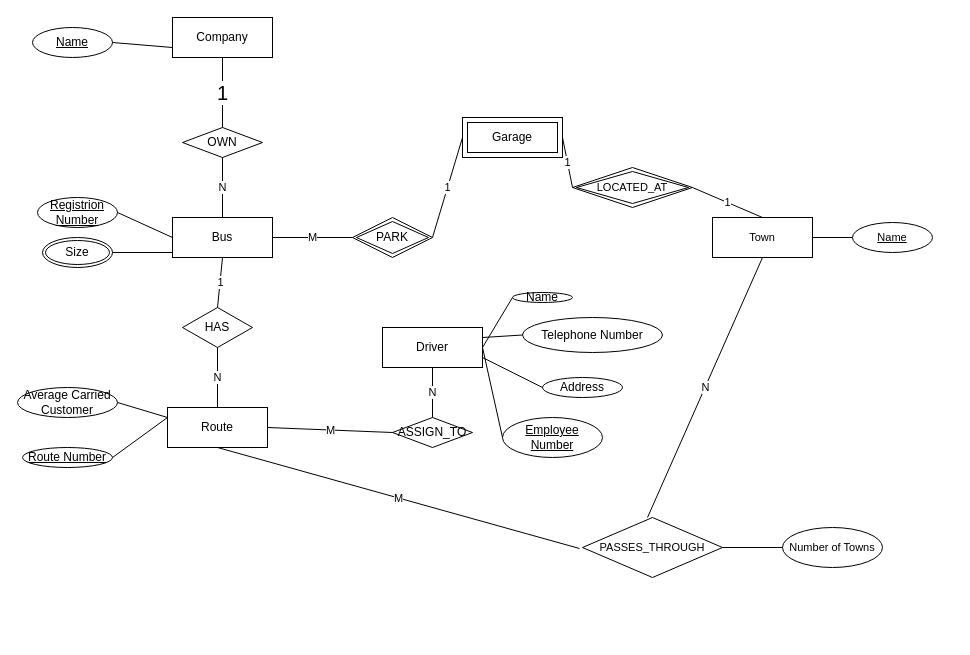
Earlier version of the draw.io diagram Lab_2.drawio (saiaungkyawmaw/ER-diagram_DatabaseClass). Source tidied: cells renumbered, new cells numbered last; positions are measured from the earlier drawing's top-left corner, leaving out a move shared by most shapes. Both pictures are drawn from the tidied source at 100%, with x=0, y=0 at pixel (17, 17).
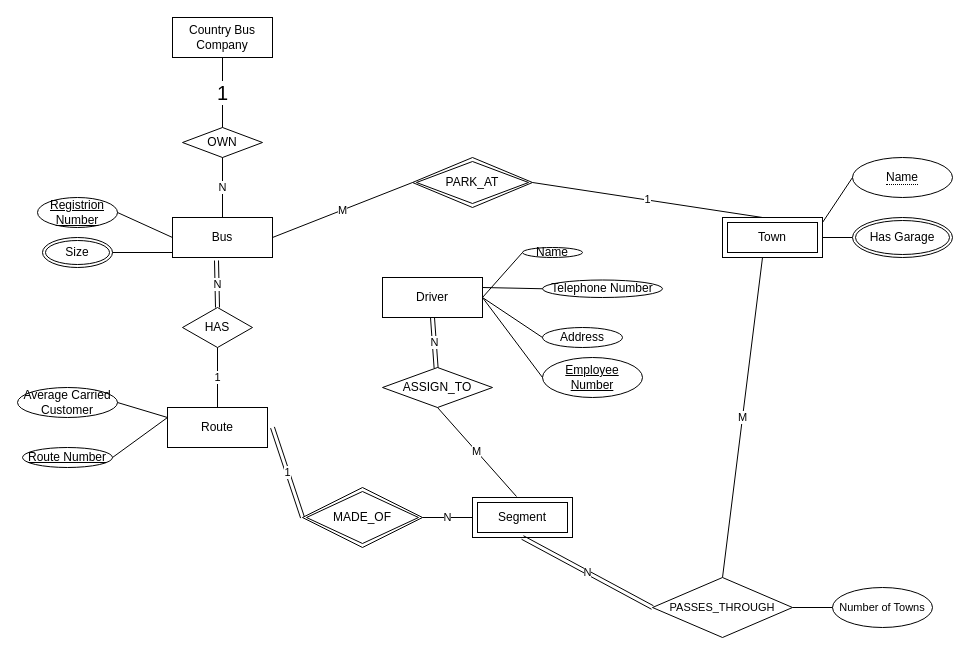
The same page after the edit.

The change refers to these unchanged cells:
```xml
<mxCell id="3" value="Bus" style="whiteSpace=wrap;html=1;align=center;" parent="1" vertex="1">
  <mxGeometry x="155" y="200" width="100" height="40" as="geometry" />
</mxCell>
<mxCell id="5" value="Route" style="whiteSpace=wrap;html=1;align=center;" parent="1" vertex="1">
  <mxGeometry x="150" y="390" width="100" height="40" as="geometry" />
</mxCell>
<mxCell id="17" value="HAS" style="shape=rhombus;perimeter=rhombusPerimeter;whiteSpace=wrap;html=1;align=center;" parent="1" vertex="1">
  <mxGeometry x="165" y="290" width="70" height="40" as="geometry" />
</mxCell>
```

Diff of the diagram source:
```diff
@@
-    <mxCell id="2" value="Company" style="whiteSpace=wrap;html=1;align=center;" parent="1" vertex="1">
+    <mxCell id="2" value="Country Bus Company" style="whiteSpace=wrap;html=1;align=center;" parent="1" vertex="1">
       <mxGeometry x="155" width="100" height="40" as="geometry" />
     </mxCell>
@@
     <mxCell id="4" value="Driver" style="whiteSpace=wrap;html=1;align=center;" parent="1" vertex="1">
-      <mxGeometry x="365" y="310" width="100" height="40" as="geometry" />
+      <mxGeometry x="365" y="260" width="100" height="40" as="geometry" />
     </mxCell>
@@
     <mxCell id="9" value="Employee Number" style="ellipse;whiteSpace=wrap;html=1;align=center;fontStyle=4;" parent="1" vertex="1">
-      <mxGeometry x="485" y="400" width="100" height="40" as="geometry" />
+      <mxGeometry x="525" y="340" width="100" height="40" as="geometry" />
     </mxCell>
     <mxCell id="10" value="Name" style="ellipse;whiteSpace=wrap;html=1;align=center;" parent="1" vertex="1">
-      <mxGeometry x="495" y="275" width="60" height="10" as="geometry" />
+      <mxGeometry x="505" y="230" width="60" height="10" as="geometry" />
     </mxCell>
     <mxCell id="11" value="Address" style="ellipse;whiteSpace=wrap;html=1;align=center;" parent="1" vertex="1">
-      <mxGeometry x="525" y="360" width="80" height="20" as="geometry" />
+      <mxGeometry x="525" y="310" width="80" height="20" as="geometry" />
     </mxCell>
     <mxCell id="12" value="Telephone Number" style="ellipse;whiteSpace=wrap;html=1;align=center;" parent="1" vertex="1">
-      <mxGeometry x="505" y="300" width="140" height="35" as="geometry" />
+      <mxGeometry x="525" y="262.5" width="120" height="17.5" as="geometry" />
     </mxCell>
-    <mxCell id="13" value="Garage" style="shape=ext;margin=3;double=1;whiteSpace=wrap;html=1;align=center;" parent="1" vertex="1">
-      <mxGeometry x="445" y="100" width="100" height="40" as="geometry" />
-    </mxCell>
-    <mxCell id="14" value="Name" style="ellipse;whiteSpace=wrap;html=1;align=center;fontStyle=4;" parent="1" vertex="1">
-      <mxGeometry x="15" y="10" width="80" height="30" as="geometry" />
-    </mxCell>
@@
-    <mxCell id="18" value="PARK" style="shape=rhombus;double=1;perimeter=rhombusPerimeter;whiteSpace=wrap;html=1;align=center;" parent="1" vertex="1">
-      <mxGeometry x="335" y="200" width="80" height="40" as="geometry" />
+    <mxCell id="18" value="PARK_AT" style="shape=rhombus;double=1;perimeter=rhombusPerimeter;whiteSpace=wrap;html=1;align=center;" parent="1" vertex="1">
+      <mxGeometry x="395" y="140" width="120" height="50" as="geometry" />
     </mxCell>
-    <mxCell id="19" value="ASSIGN_TO" style="shape=rhombus;perimeter=rhombusPerimeter;whiteSpace=wrap;html=1;align=center;" parent="1" vertex="1">
-      <mxGeometry x="375" y="400" width="80" height="30" as="geometry" />
-    </mxCell>
@@
-    <mxCell id="21" value="1" style="endArrow=none;html=1;rounded=0;entryX=0.5;entryY=0;entryDx=0;entryDy=0;exitX=0.5;exitY=1;exitDx=0;exitDy=0;" parent="1" edge="1" source="3" target="17">
-      <mxGeometry relative="1" as="geometry" />
-    </mxCell>
-    <mxCell id="22" value="N" style="endArrow=none;html=1;rounded=0;exitX=0.5;exitY=1;exitDx=0;exitDy=0;entryX=0.5;entryY=0;entryDx=0;entryDy=0;" parent="1" edge="1" source="17" target="5">
+    <mxCell id="22" value="1" style="endArrow=none;html=1;rounded=0;exitX=0.5;exitY=1;exitDx=0;exitDy=0;entryX=0.5;entryY=0;entryDx=0;entryDy=0;" parent="1" edge="1" source="17" target="5">
       <mxGeometry relative="1" as="geometry" />
     </mxCell>
-    <mxCell id="23" value="M" style="endArrow=none;html=1;rounded=0;exitX=0.5;exitY=1;exitDx=0;exitDy=0;entryX=0.047;entryY=0.517;entryDx=0;entryDy=0;entryPerimeter=0;" parent="1" edge="1" source="5">
-      <mxGeometry relative="1" as="geometry">
-        <mxPoint x="562" y="531" as="targetPoint" />
-      </mxGeometry>
-    </mxCell>
-    <mxCell id="24" value="N" style="endArrow=none;html=1;rounded=0;exitX=0.5;exitY=1;exitDx=0;exitDy=0;entryX=0.5;entryY=0;entryDx=0;entryDy=0;" parent="1" edge="1" source="41">
+    <mxCell id="24" value="M" style="endArrow=none;html=1;rounded=0;exitX=0.5;exitY=1;exitDx=0;exitDy=0;entryX=0.5;entryY=1;entryDx=0;entryDy=0;" parent="1" edge="1" target="45">
       <mxGeometry relative="1" as="geometry">
-        <mxPoint x="630" y="500" as="targetPoint" />
+        <mxPoint x="745" y="240" as="sourcePoint" />
       </mxGeometry>
     </mxCell>
@@
-    <mxCell id="27" value="1" style="endArrow=none;html=1;rounded=0;exitX=1;exitY=0.5;exitDx=0;exitDy=0;entryX=0;entryY=0.5;entryDx=0;entryDy=0;" parent="1" edge="1" source="18" target="13">
-      <mxGeometry relative="1" as="geometry" />
-    </mxCell>
@@
-    <mxCell id="32" value="N" style="endArrow=none;html=1;rounded=0;exitX=0.5;exitY=1;exitDx=0;exitDy=0;entryX=0.5;entryY=0;entryDx=0;entryDy=0;" parent="1" edge="1" source="4" target="19">
-      <mxGeometry relative="1" as="geometry" />
-    </mxCell>
-    <mxCell id="33" value="M" style="endArrow=none;html=1;rounded=0;exitX=1;exitY=0.5;exitDx=0;exitDy=0;entryX=0;entryY=0.5;entryDx=0;entryDy=0;" parent="1" edge="1" source="5" target="19">
-      <mxGeometry relative="1" as="geometry" />
-    </mxCell>
@@
     <mxCell id="36" style="endArrow=none;html=1;rounded=0;entryX=0;entryY=0.5;entryDx=0;entryDy=0;" parent="1" edge="1" target="11">
       <mxGeometry relative="1" as="geometry">
-        <mxPoint x="465" y="340" as="sourcePoint" />
+        <mxPoint x="465" y="280" as="sourcePoint" />
       </mxGeometry>
     </mxCell>
@@
-    <mxCell id="38" style="endArrow=none;html=1;rounded=0;strokeWidth=1;fontSize=20;exitX=1;exitY=0.5;exitDx=0;exitDy=0;entryX=0;entryY=0.75;entryDx=0;entryDy=0;" parent="1" edge="1" source="14" target="2">
-      <mxGeometry relative="1" as="geometry" />
-    </mxCell>
     <mxCell id="39" value="Number of Towns" style="ellipse;whiteSpace=wrap;html=1;align=center;fontSize=11;fontStyle=0;strokeColor=default;" parent="1" vertex="1">
-      <mxGeometry x="765" y="510" width="100" height="40" as="geometry" />
+      <mxGeometry x="815" y="570" width="100" height="40" as="geometry" />
     </mxCell>
-    <mxCell id="40" style="endArrow=none;html=1;rounded=0;strokeWidth=1;fontSize=11;entryX=0;entryY=0.5;entryDx=0;entryDy=0;exitX=1;exitY=0.5;exitDx=0;exitDy=0;" parent="1" edge="1" target="39">
-      <mxGeometry relative="1" as="geometry">
-        <mxPoint x="705" y="530" as="sourcePoint" />
-      </mxGeometry>
+    <mxCell id="40" style="endArrow=none;html=1;rounded=0;strokeWidth=1;fontSize=11;entryX=0;entryY=0.5;entryDx=0;entryDy=0;exitX=0;exitY=0.5;exitDx=0;exitDy=0;" parent="1" edge="1" source="45" target="39">
+      <mxGeometry relative="1" as="geometry" />
     </mxCell>
+    <mxCell id="42" value="1" style="endArrow=none;html=1;rounded=0;strokeWidth=1;fontSize=11;exitX=1;exitY=0.5;exitDx=0;exitDy=0;entryX=0.5;entryY=0;entryDx=0;entryDy=0;startArrow=none;" parent="1" edge="1" source="18">
+      <mxGeometry relative="1" as="geometry">
+        <mxPoint x="745" y="200" as="targetPoint" />
+      </mxGeometry>
+    </mxCell>
+    <mxCell id="45" value="PASSES_THROUGH" style="shape=rhombus;perimeter=rhombusPerimeter;whiteSpace=wrap;html=1;align=center;strokeColor=default;fontSize=11;direction=west;" parent="1" vertex="1">
+      <mxGeometry x="635" y="560" width="140" height="60" as="geometry" />
+    </mxCell>
+    <mxCell id="47" style="endArrow=none;html=1;rounded=0;strokeWidth=1;fontSize=11;exitX=1;exitY=0.5;exitDx=0;exitDy=0;entryX=0;entryY=0.5;entryDx=0;entryDy=0;" parent="1" edge="1">
+      <mxGeometry relative="1" as="geometry">
+        <mxPoint x="795" y="220" as="sourcePoint" />
+        <mxPoint x="835" y="220" as="targetPoint" />
+      </mxGeometry>
+    </mxCell>
+    <mxCell id="48" value="MADE_OF" style="shape=rhombus;double=1;perimeter=rhombusPerimeter;whiteSpace=wrap;html=1;align=center;" parent="1" vertex="1">
+      <mxGeometry x="285" y="470" width="120" height="60" as="geometry" />
+    </mxCell>
+    <mxCell id="49" value="Segment" style="shape=ext;margin=3;double=1;whiteSpace=wrap;html=1;align=center;" parent="1" vertex="1">
+      <mxGeometry x="455" y="480" width="100" height="40" as="geometry" />
+    </mxCell>
+    <mxCell id="50" value="N" style="endArrow=none;html=1;rounded=0;exitX=1;exitY=0.5;exitDx=0;exitDy=0;entryX=0;entryY=0.5;entryDx=0;entryDy=0;" parent="1" edge="1" source="48" target="49">
+      <mxGeometry relative="1" as="geometry" />
+    </mxCell>
+    <mxCell id="51" value="N" style="shape=link;html=1;rounded=0;entryX=1;entryY=0.5;entryDx=0;entryDy=0;exitX=0.5;exitY=1;exitDx=0;exitDy=0;" parent="1" edge="1" source="49" target="45">
+      <mxGeometry relative="1" as="geometry" />
+    </mxCell>
+    <mxCell id="19" value="ASSIGN_TO" style="shape=rhombus;perimeter=rhombusPerimeter;whiteSpace=wrap;html=1;align=center;" parent="1" vertex="1">
+      <mxGeometry x="365" y="350" width="110" height="40" as="geometry" />
+    </mxCell>
+    <mxCell id="52" value="M" style="endArrow=none;html=1;rounded=0;exitX=0.44;exitY=-0.025;exitDx=0;exitDy=0;exitPerimeter=0;entryX=0.5;entryY=1;entryDx=0;entryDy=0;" parent="1" edge="1" source="49" target="19">
+      <mxGeometry relative="1" as="geometry" />
+    </mxCell>
+    <mxCell id="32" value="N" style="shape=link;html=1;rounded=0;exitX=0.5;exitY=1;exitDx=0;exitDy=0;" parent="1" edge="1" source="4" target="19">
+      <mxGeometry relative="1" as="geometry" />
+    </mxCell>
+    <mxCell id="53" value="1" style="shape=link;html=1;rounded=0;entryX=0;entryY=0.5;entryDx=0;entryDy=0;" parent="1" edge="1" target="48">
+      <mxGeometry relative="1" as="geometry">
+        <mxPoint x="255" y="410" as="sourcePoint" />
+      </mxGeometry>
+    </mxCell>
+    <mxCell id="54" value="Has Garage" style="ellipse;shape=doubleEllipse;margin=3;whiteSpace=wrap;html=1;align=center;" parent="1" vertex="1">
+      <mxGeometry x="835" y="200" width="100" height="40" as="geometry" />
+    </mxCell>
+    <mxCell id="55" value="&lt;span style=&quot;border-bottom: 1px dotted&quot;&gt;Name&lt;/span&gt;" style="ellipse;whiteSpace=wrap;html=1;align=center;" parent="1" vertex="1">
+      <mxGeometry x="835" y="140" width="100" height="40" as="geometry" />
+    </mxCell>
+    <mxCell id="56" style="endArrow=none;html=1;rounded=0;exitX=0;exitY=0.5;exitDx=0;exitDy=0;" parent="1" edge="1" source="55">
+      <mxGeometry relative="1" as="geometry">
+        <mxPoint x="795" y="220" as="targetPoint" />
+      </mxGeometry>
+    </mxCell>
-    <mxCell id="41" value="Town" style="whiteSpace=wrap;html=1;align=center;strokeColor=default;fontSize=11;" parent="1" vertex="1">
-      <mxGeometry x="695" y="200" width="100" height="40" as="geometry" />
+    <mxCell id="41" value="Town" style="shape=ext;margin=3;double=1;whiteSpace=wrap;html=1;align=center;" parent="1" vertex="1">
+      <mxGeometry x="705" y="200" width="100" height="40" as="geometry" />
     </mxCell>
-    <mxCell id="42" value="1" style="endArrow=none;html=1;rounded=0;strokeWidth=1;fontSize=11;exitX=1;exitY=0.5;exitDx=0;exitDy=0;entryX=0.5;entryY=0;entryDx=0;entryDy=0;startArrow=none;" parent="1" edge="1" source="44" target="41">
-      <mxGeometry relative="1" as="geometry" />
-    </mxCell>
-    <mxCell id="43" value="1" style="endArrow=none;html=1;rounded=0;strokeWidth=1;fontSize=11;exitX=1;exitY=0.5;exitDx=0;exitDy=0;entryX=0;entryY=0.5;entryDx=0;entryDy=0;" parent="1" edge="1" source="13" target="44">
-      <mxGeometry relative="1" as="geometry" />
-    </mxCell>
-    <mxCell id="44" value="LOCATED_AT" style="shape=rhombus;double=1;perimeter=rhombusPerimeter;whiteSpace=wrap;html=1;align=center;strokeColor=default;fontSize=11;" parent="1" vertex="1">
-      <mxGeometry x="555" y="150" width="120" height="40" as="geometry" />
-    </mxCell>
-    <mxCell id="45" value="PASSES_THROUGH" style="shape=rhombus;perimeter=rhombusPerimeter;whiteSpace=wrap;html=1;align=center;strokeColor=default;fontSize=11;direction=west;" parent="1" vertex="1">
-      <mxGeometry x="565" y="500" width="140" height="60" as="geometry" />
-    </mxCell>
-    <mxCell id="46" value="Name" style="ellipse;whiteSpace=wrap;html=1;align=center;fontStyle=4;strokeColor=default;fontSize=11;" parent="1" vertex="1">
-      <mxGeometry x="835" y="205" width="80" height="30" as="geometry" />
-    </mxCell>
-    <mxCell id="47" style="endArrow=none;html=1;rounded=0;strokeWidth=1;fontSize=11;exitX=1;exitY=0.5;exitDx=0;exitDy=0;entryX=0;entryY=0.5;entryDx=0;entryDy=0;" parent="1" edge="1" source="41" target="46">
-      <mxGeometry relative="1" as="geometry" />
-    </mxCell>
+    <mxCell id="21" value="N" style="shape=link;html=1;rounded=0;exitX=0.44;exitY=1.075;exitDx=0;exitDy=0;exitPerimeter=0;entryX=0.5;entryY=0;entryDx=0;entryDy=0;" parent="1" edge="1" source="3" target="17">
+      <mxGeometry relative="1" as="geometry" />
+    </mxCell>
```
